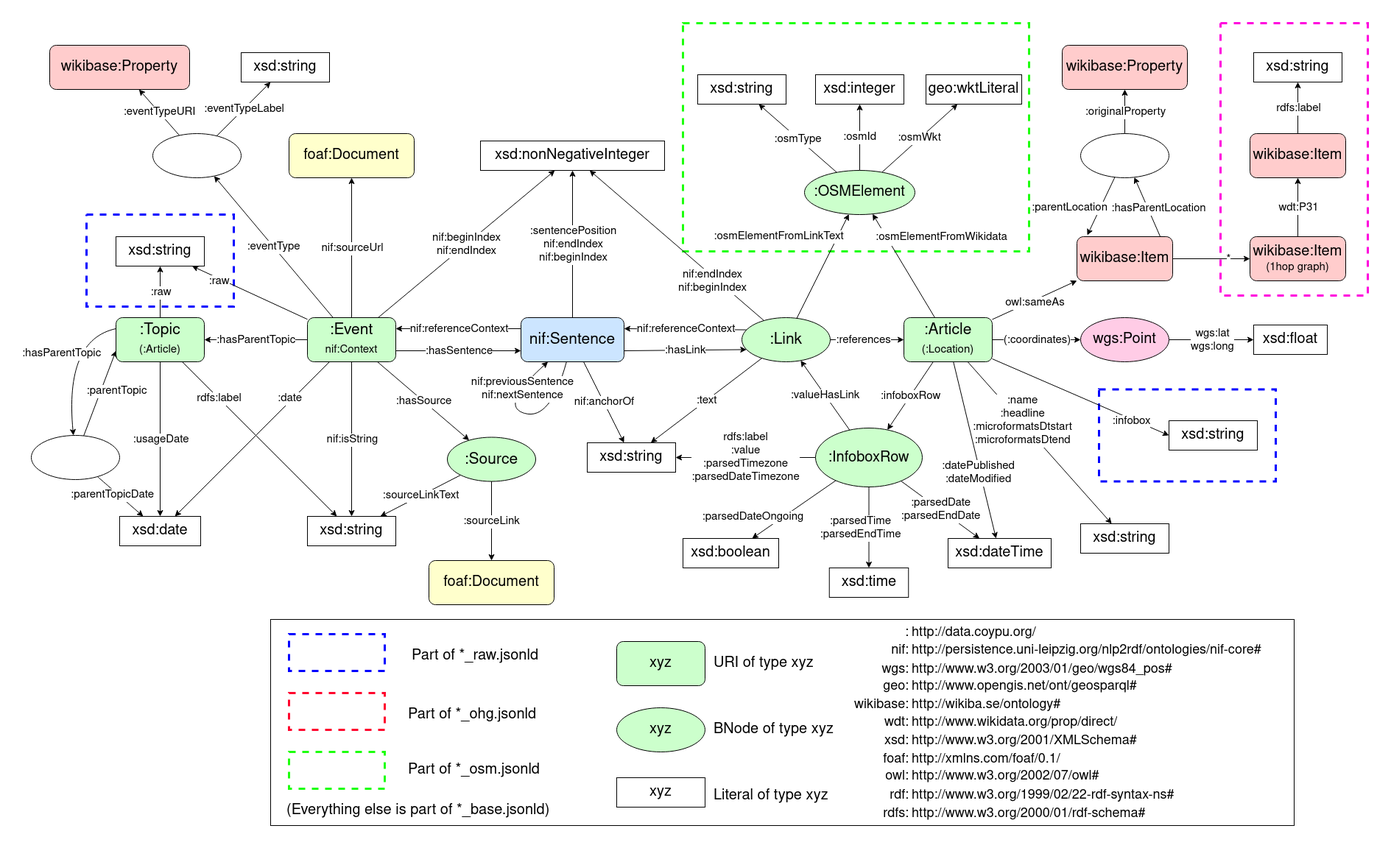
semantic-systems/current-events-to-kg keeps this draw.io diagram as Schema.drawio.png. Above is the earlier version. Source tidied: cells renumbered, new cells last; positions are measured from the earlier drawing's top-left corner, leaving out a move shared by most shapes.
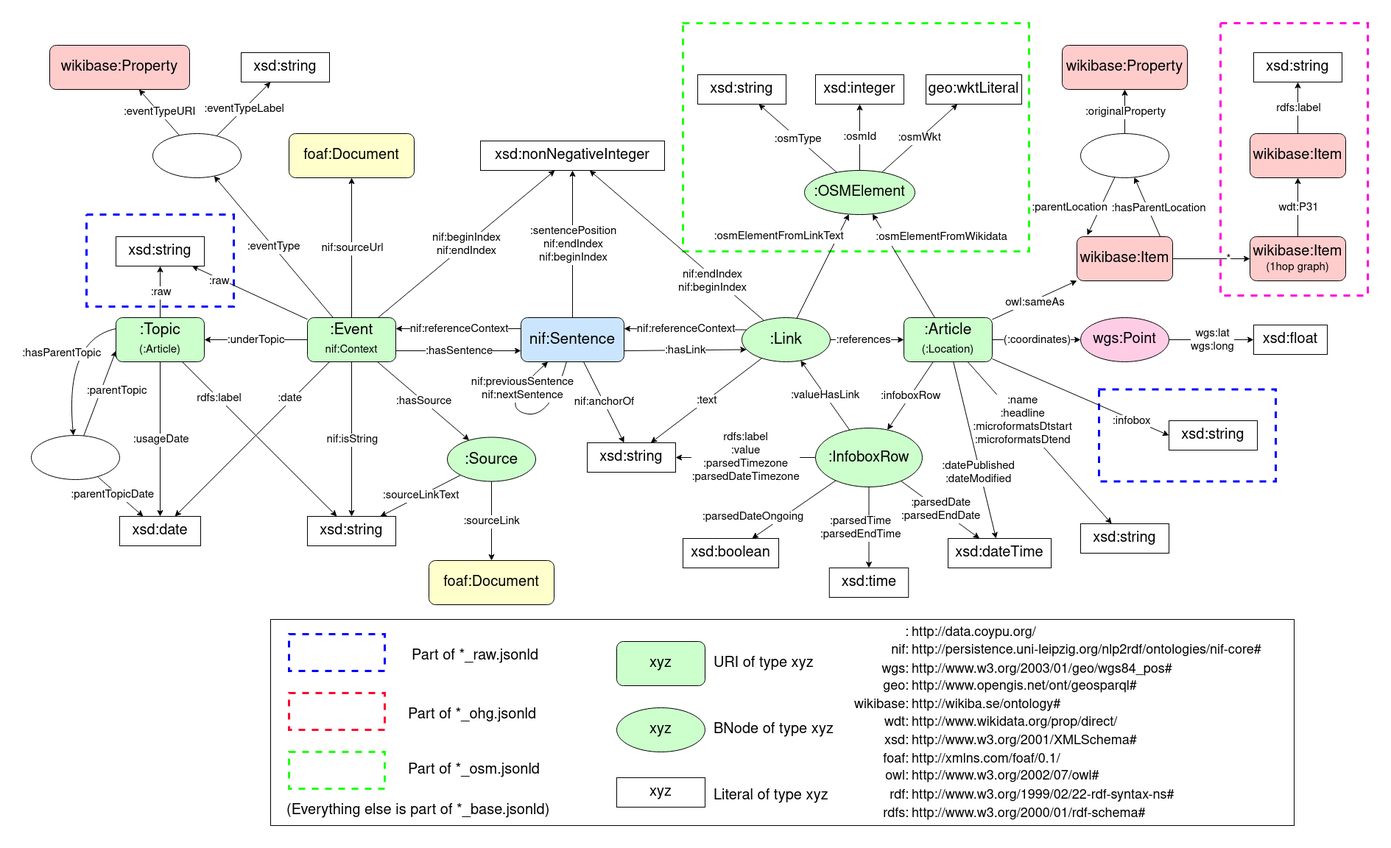
The same file after the commit.

Commit message:
updated schema (:underTopic)

The edit, as a diff of the source:
```diff
@@ -49,7 +49,7 @@
     <mxCell id="16" style="rounded=0;jettySize=auto;html=1;fontSize=21;endArrow=classic;endFill=1;" parent="1" edge="1" source="15" target="24">
       <mxGeometry relative="1" as="geometry" />
     </mxCell>
-    <mxCell id="17" value=":hasParentTopic" style="edgeLabel;html=1;align=center;verticalAlign=middle;fontSize=15;fontFamily=Helvetica;fontColor=default;" parent="16" vertex="1">
+    <mxCell id="17" value=":underTopic" style="edgeLabel;html=1;align=center;verticalAlign=middle;fontSize=15;fontFamily=Helvetica;fontColor=default;" parent="16" vertex="1">
       <mxGeometry x="-0.39" y="1" relative="1" as="geometry">
         <mxPoint x="-28" y="-1" as="offset" />
       </mxGeometry>
```
